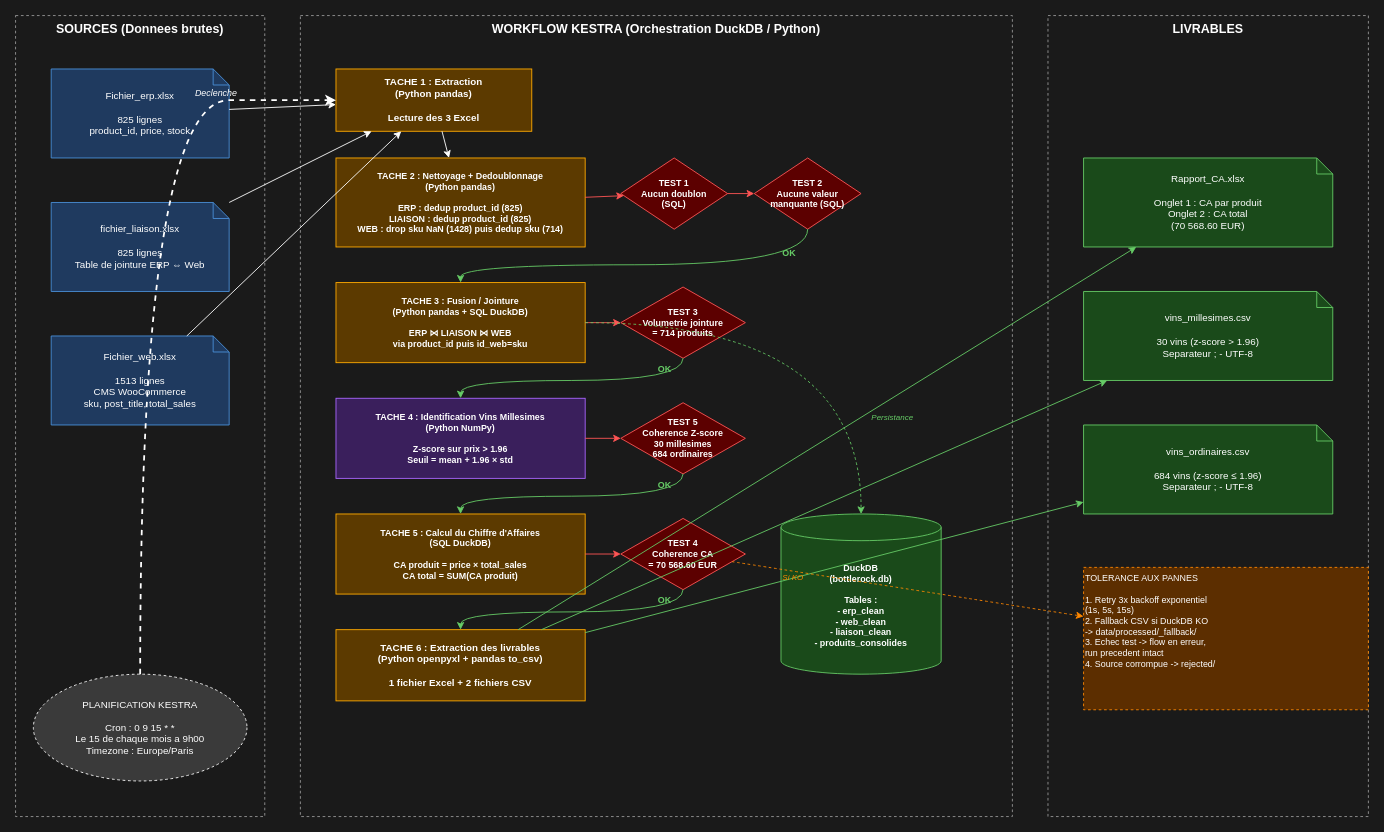
The draw.io diagram docs/architecture/data_lineage.drawio in mcourte/DE_Projet_10, before the edit. Source tidied: cells renumbered, new cells numbered last; positions are measured from the earlier drawing's top-left corner, leaving out a move shared by most shapes. Both pictures are drawn from the tidied source at 89%, with x=0, y=0 at pixel (15, 15).
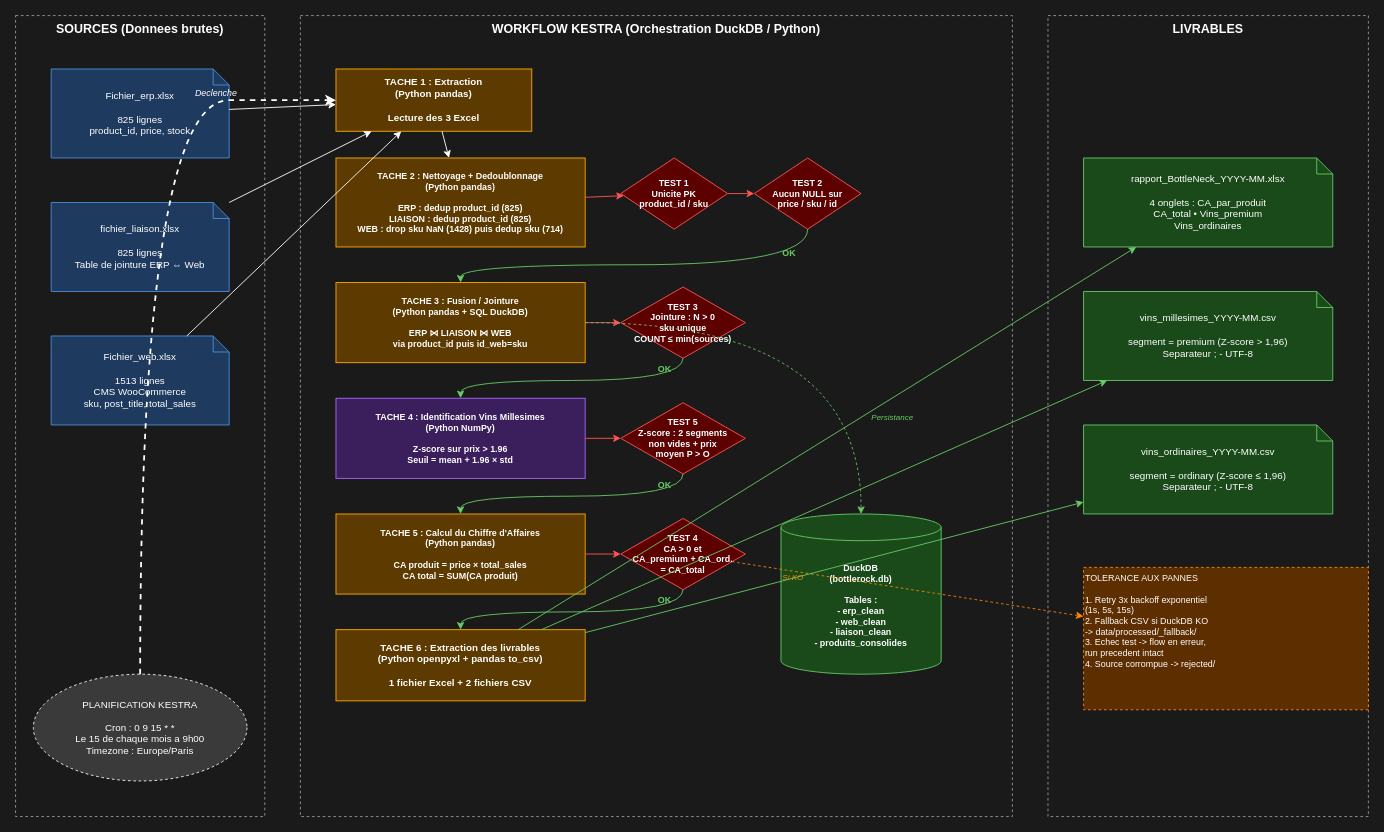
Above is the later version.

Change to the diagram source:
```diff
@@
-    <mxCell id="11" value="TEST 1&#10;Aucun doublon&#10;(SQL)" style="rhombus;whiteSpace=wrap;html=1;fillColor=#5c0000;strokeColor=#ff5555;fontColor=#FFFFFF;fontSize=10;fontStyle=1;" parent="1" vertex="1">
+    <mxCell id="11" value="TEST 1&#10;Unicite PK&#10;product_id / sku" style="rhombus;whiteSpace=wrap;html=1;fillColor=#5c0000;strokeColor=#ff5555;fontColor=#FFFFFF;fontSize=10;fontStyle=1;" parent="1" vertex="1">
       <mxGeometry x="680" y="160" width="120" height="80" as="geometry" />
     </mxCell>
-    <mxCell id="12" value="TEST 2&#10;Aucune valeur&#10;manquante (SQL)" style="rhombus;whiteSpace=wrap;html=1;fillColor=#5c0000;strokeColor=#ff5555;fontColor=#FFFFFF;fontSize=10;fontStyle=1;" parent="1" vertex="1">
+    <mxCell id="12" value="TEST 2&#10;Aucun NULL sur&#10;price / sku / id" style="rhombus;whiteSpace=wrap;html=1;fillColor=#5c0000;strokeColor=#ff5555;fontColor=#FFFFFF;fontSize=10;fontStyle=1;" parent="1" vertex="1">
       <mxGeometry x="830" y="160" width="120" height="80" as="geometry" />
     </mxCell>
@@
-    <mxCell id="14" value="TEST 3&#10;Volumetrie jointure&#10;= 714 produits" style="rhombus;whiteSpace=wrap;html=1;fillColor=#5c0000;strokeColor=#ff5555;fontColor=#FFFFFF;fontSize=10;fontStyle=1;" parent="1" vertex="1">
+    <mxCell id="14" value="TEST 3&#10;Jointure : N &gt; 0&#10;sku unique&#10;COUNT ≤ min(sources)" style="rhombus;whiteSpace=wrap;html=1;fillColor=#5c0000;strokeColor=#ff5555;fontColor=#FFFFFF;fontSize=10;fontStyle=1;" parent="1" vertex="1">
       <mxGeometry x="680" y="305" width="140" height="80" as="geometry" />
     </mxCell>
@@
-    <mxCell id="16" value="TEST 5&#10;Coherence Z-score&#10;30 millesimes&#10;684 ordinaires" style="rhombus;whiteSpace=wrap;html=1;fillColor=#5c0000;strokeColor=#ff5555;fontColor=#FFFFFF;fontSize=10;fontStyle=1;" parent="1" vertex="1">
+    <mxCell id="16" value="TEST 5&#10;Z-score : 2 segments&#10;non vides + prix&#10;moyen P &gt; O" style="rhombus;whiteSpace=wrap;html=1;fillColor=#5c0000;strokeColor=#ff5555;fontColor=#FFFFFF;fontSize=10;fontStyle=1;" parent="1" vertex="1">
       <mxGeometry x="680" y="435" width="140" height="80" as="geometry" />
     </mxCell>
-    <mxCell id="17" value="TACHE 5 : Calcul du Chiffre d'Affaires&#10;(SQL DuckDB)&#10;&#10;CA produit = price × total_sales&#10;CA total = SUM(CA produit)" style="rounded=0;whiteSpace=wrap;html=1;fillColor=#5c3a00;strokeColor=#ffaa00;fontColor=#FFFFFF;fontSize=10;fontStyle=1;align=center;" parent="1" vertex="1">
+    <mxCell id="17" value="TACHE 5 : Calcul du Chiffre d'Affaires&#10;(Python pandas)&#10;&#10;CA produit = price × total_sales&#10;CA total = SUM(CA produit)" style="rounded=0;whiteSpace=wrap;html=1;fillColor=#5c3a00;strokeColor=#ffaa00;fontColor=#FFFFFF;fontSize=10;fontStyle=1;align=center;" parent="1" vertex="1">
       <mxGeometry x="360" y="560" width="280" height="90" as="geometry" />
     </mxCell>
-    <mxCell id="18" value="TEST 4&#10;Coherence CA&#10;= 70 568.60 EUR" style="rhombus;whiteSpace=wrap;html=1;fillColor=#5c0000;strokeColor=#ff5555;fontColor=#FFFFFF;fontSize=10;fontStyle=1;" parent="1" vertex="1">
+    <mxCell id="18" value="TEST 4&#10;CA &gt; 0 et&#10;CA_premium + CA_ord.&#10;= CA_total" style="rhombus;whiteSpace=wrap;html=1;fillColor=#5c0000;strokeColor=#ff5555;fontColor=#FFFFFF;fontSize=10;fontStyle=1;" parent="1" vertex="1">
       <mxGeometry x="680" y="565" width="140" height="80" as="geometry" />
     </mxCell>
@@
-    <mxCell id="21" value="Rapport_CA.xlsx&#10;&#10;Onglet 1 : CA par produit&#10;Onglet 2 : CA total&#10;(70 568.60 EUR)" style="shape=note;whiteSpace=wrap;html=1;fillColor=#1a4a1a;strokeColor=#66cc66;fontColor=#FFFFFF;fontSize=11;align=center;size=18;" parent="1" vertex="1">
+    <mxCell id="21" value="rapport_BottleNeck_YYYY-MM.xlsx&#10;&#10;4 onglets : CA_par_produit&#10;CA_total • Vins_premium&#10;Vins_ordinaires" style="shape=note;whiteSpace=wrap;html=1;fillColor=#1a4a1a;strokeColor=#66cc66;fontColor=#FFFFFF;fontSize=11;align=center;size=18;" parent="1" vertex="1">
       <mxGeometry x="1200" y="160" width="280" height="100" as="geometry" />
     </mxCell>
-    <mxCell id="22" value="vins_millesimes.csv&#10;&#10;30 vins (z-score &gt; 1.96)&#10;Separateur ; - UTF-8" style="shape=note;whiteSpace=wrap;html=1;fillColor=#1a4a1a;strokeColor=#66cc66;fontColor=#FFFFFF;fontSize=11;align=center;size=18;" parent="1" vertex="1">
+    <mxCell id="22" value="vins_millesimes_YYYY-MM.csv&#10;&#10;segment = premium (Z-score &gt; 1,96)&#10;Separateur ; - UTF-8" style="shape=note;whiteSpace=wrap;html=1;fillColor=#1a4a1a;strokeColor=#66cc66;fontColor=#FFFFFF;fontSize=11;align=center;size=18;" parent="1" vertex="1">
       <mxGeometry x="1200" y="310" width="280" height="100" as="geometry" />
     </mxCell>
-    <mxCell id="23" value="vins_ordinaires.csv&#10;&#10;684 vins (z-score ≤ 1.96)&#10;Separateur ; - UTF-8" style="shape=note;whiteSpace=wrap;html=1;fillColor=#1a4a1a;strokeColor=#66cc66;fontColor=#FFFFFF;fontSize=11;align=center;size=18;" parent="1" vertex="1">
+    <mxCell id="23" value="vins_ordinaires_YYYY-MM.csv&#10;&#10;segment = ordinary (Z-score ≤ 1,96)&#10;Separateur ; - UTF-8" style="shape=note;whiteSpace=wrap;html=1;fillColor=#1a4a1a;strokeColor=#66cc66;fontColor=#FFFFFF;fontSize=11;align=center;size=18;" parent="1" vertex="1">
       <mxGeometry x="1200" y="460" width="280" height="100" as="geometry" />
     </mxCell>
```
